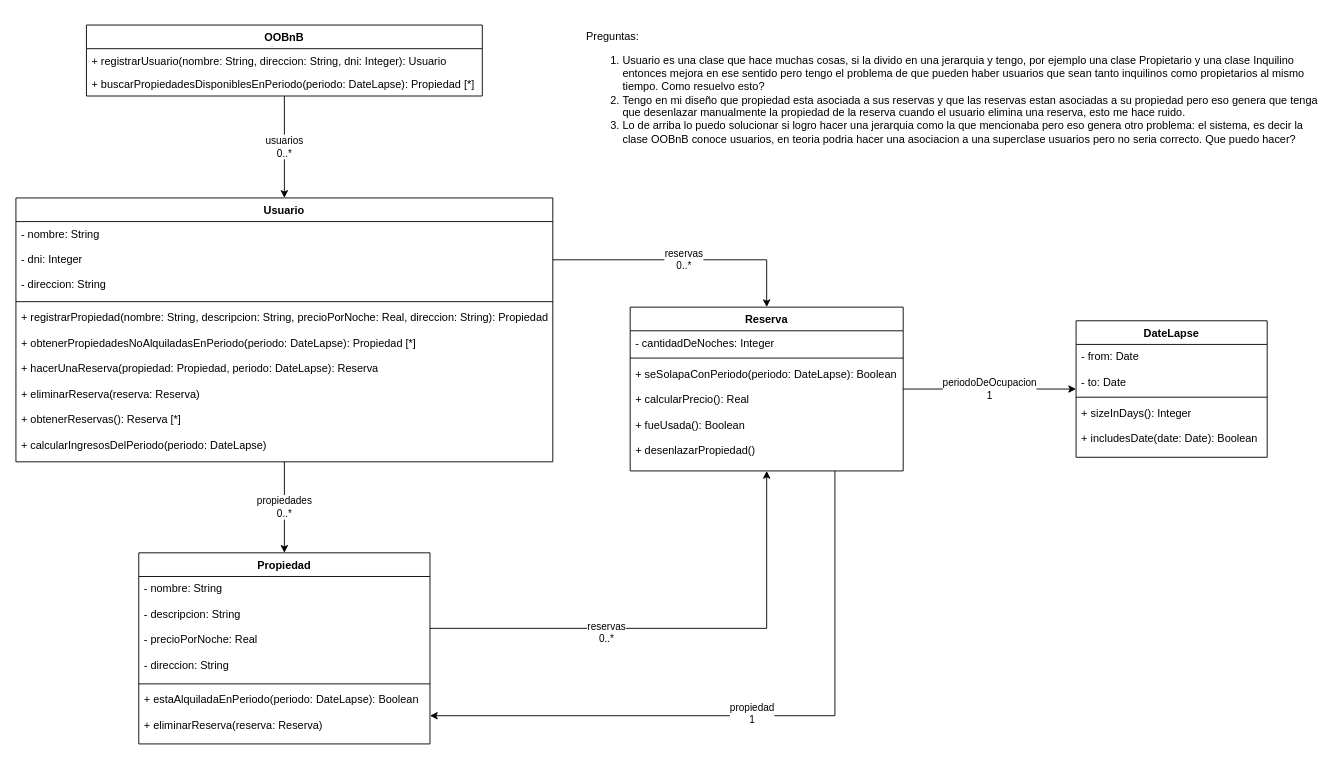
This is ejercicio15-alquiler-de-propiedades/UMLEjercicio15.drawio from Jarvo98/OO1, a draw.io file, before an edit. Source tidied: cells renumbered, new cells numbered last; positions are measured from the earlier drawing's top-left corner, leaving out a move shared by most shapes. Both pictures are drawn from the tidied source at 91%, with x=0, y=0 at pixel (15, 15).
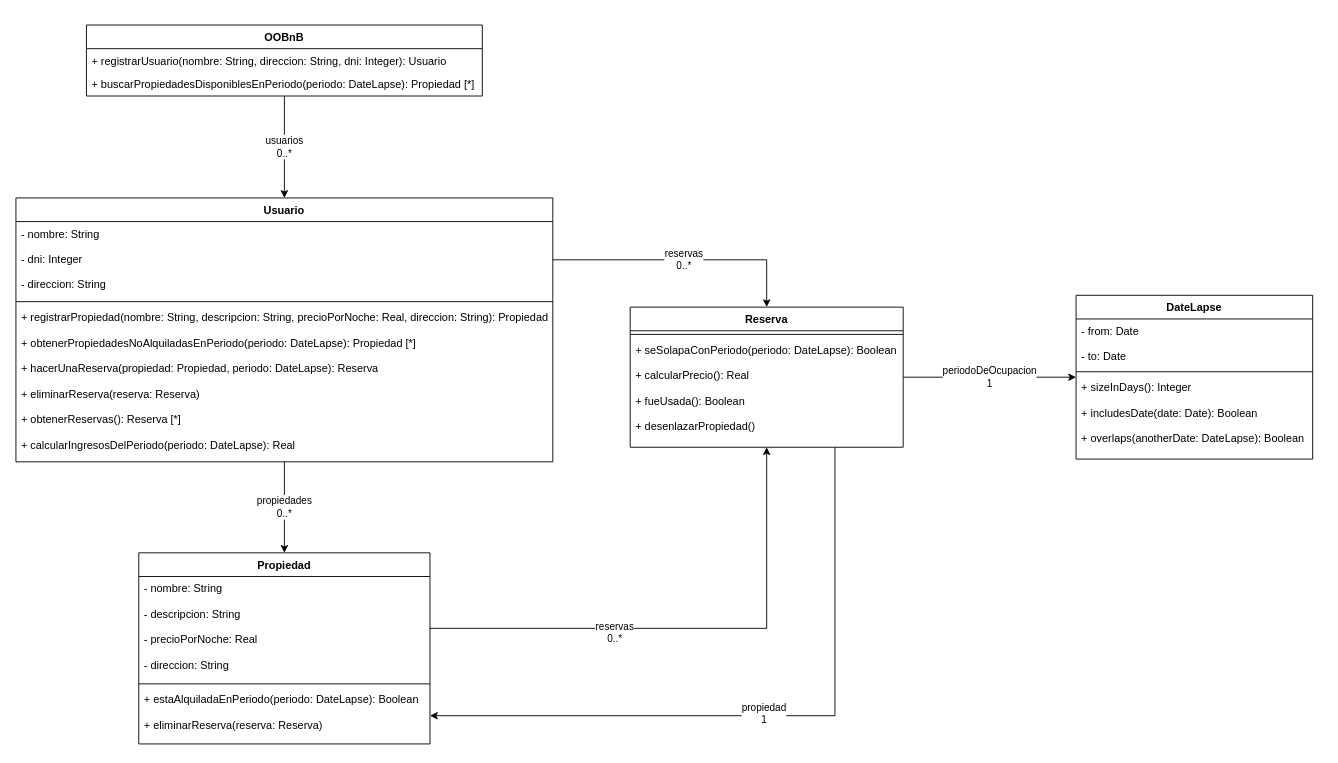
The same diagram, later.

The change refers to these unchanged cells:
```xml
<mxCell id="2" value="Usuario" style="swimlane;fontStyle=1;align=center;verticalAlign=top;horizontal=1;startSize=26;" parent="1" vertex="1">
  <mxGeometry y="200" width="590" height="290" as="geometry" />
</mxCell>
```

Change to the diagram source:
```diff
@@
-    <mxCell id="5" value="+ registrarPropiedad(nombre: String, descripcion: String, precioPorNoche: Real, direccion: String): Propiedad&#10;&#10;+ obtenerPropiedadesNoAlquiladasEnPeriodo(periodo: DateLapse): Propiedad [*]&#10;&#10;+ hacerUnaReserva(propiedad: Propiedad, periodo: DateLapse): Reserva&#10;&#10;+ eliminarReserva(reserva: Reserva)&#10;&#10;+ obtenerReservas(): Reserva [*]&#10;&#10;+ calcularIngresosDelPeriodo(periodo: DateLapse)&#10;" style="text;strokeColor=none;fillColor=none;align=left;verticalAlign=top;spacingLeft=4;spacingRight=4;overflow=hidden;" parent="2" vertex="1">
+    <mxCell id="5" value="+ registrarPropiedad(nombre: String, descripcion: String, precioPorNoche: Real, direccion: String): Propiedad&#10;&#10;+ obtenerPropiedadesNoAlquiladasEnPeriodo(periodo: DateLapse): Propiedad [*]&#10;&#10;+ hacerUnaReserva(propiedad: Propiedad, periodo: DateLapse): Reserva&#10;&#10;+ eliminarReserva(reserva: Reserva)&#10;&#10;+ obtenerReservas(): Reserva [*]&#10;&#10;+ calcularIngresosDelPeriodo(periodo: DateLapse): Real&#10;" style="text;strokeColor=none;fillColor=none;align=left;verticalAlign=top;spacingLeft=4;spacingRight=4;overflow=hidden;" parent="2" vertex="1">
       <mxGeometry y="118" width="590" height="172" as="geometry" />
     </mxCell>
@@
     <mxCell id="14" value="Reserva" style="swimlane;fontStyle=1;align=center;verticalAlign=top;horizontal=1;startSize=26;" parent="1" vertex="1">
-      <mxGeometry x="675" y="320" width="300" height="180" as="geometry" />
+      <mxGeometry x="675" y="320" width="300" height="154" as="geometry" />
     </mxCell>
-    <mxCell id="15" value="- cantidadDeNoches: Integer" style="text;strokeColor=none;fillColor=none;align=left;verticalAlign=top;spacingLeft=4;spacingRight=4;overflow=hidden;" parent="14" vertex="1">
-      <mxGeometry y="26" width="300" height="26" as="geometry" />
-    </mxCell>
     <mxCell id="16" style="line;strokeWidth=1;fillColor=none;align=left;verticalAlign=middle;spacingTop=-1;spacingLeft=3;spacingRight=3;labelPosition=right;strokeColor=inherit;" parent="14" vertex="1">
-      <mxGeometry y="52" width="300" height="8" as="geometry" />
+      <mxGeometry y="26" width="300" height="8" as="geometry" />
     </mxCell>
     <mxCell id="17" value="+ seSolapaConPeriodo(periodo: DateLapse): Boolean&#10;&#10;+ calcularPrecio(): Real&#10;&#10;+ fueUsada(): Boolean&#10;&#10;+ desenlazarPropiedad()" style="text;strokeColor=none;fillColor=none;align=left;verticalAlign=top;spacingLeft=4;spacingRight=4;overflow=hidden;" parent="14" vertex="1">
-      <mxGeometry y="60" width="300" height="120" as="geometry" />
+      <mxGeometry y="34" width="300" height="120" as="geometry" />
     </mxCell>
     <mxCell id="18" value="DateLapse" style="swimlane;fontStyle=1;align=center;verticalAlign=top;horizontal=1;startSize=26;" parent="1" vertex="1">
-      <mxGeometry x="1165" y="335" width="210" height="150" as="geometry" />
+      <mxGeometry x="1165" y="307" width="260" height="180" as="geometry" />
     </mxCell>
     <mxCell id="19" value="- from: Date&#10;&#10;- to: Date&#10;" style="text;strokeColor=none;fillColor=none;align=left;verticalAlign=top;spacingLeft=4;spacingRight=4;overflow=hidden;" parent="18" vertex="1">
-      <mxGeometry y="26" width="210" height="54" as="geometry" />
+      <mxGeometry y="26" width="260" height="54" as="geometry" />
     </mxCell>
     <mxCell id="20" style="line;strokeWidth=1;fillColor=none;align=left;verticalAlign=middle;spacingTop=-1;spacingLeft=3;spacingRight=3;labelPosition=right;strokeColor=inherit;" parent="18" vertex="1">
-      <mxGeometry y="80" width="210" height="8" as="geometry" />
+      <mxGeometry y="80" width="260" height="8" as="geometry" />
     </mxCell>
-    <mxCell id="21" value="+ sizeInDays(): Integer&#10;&#10;+ includesDate(date: Date): Boolean&#10;" style="text;strokeColor=none;fillColor=none;align=left;verticalAlign=top;spacingLeft=4;spacingRight=4;overflow=hidden;" parent="18" vertex="1">
-      <mxGeometry y="88" width="210" height="62" as="geometry" />
+    <mxCell id="21" value="+ sizeInDays(): Integer&#10;&#10;+ includesDate(date: Date): Boolean&#10;&#10;+ overlaps(anotherDate: DateLapse): Boolean&#10;" style="text;strokeColor=none;fillColor=none;align=left;verticalAlign=top;spacingLeft=4;spacingRight=4;overflow=hidden;" parent="18" vertex="1">
+      <mxGeometry y="88" width="260" height="92" as="geometry" />
     </mxCell>
@@
-    <mxCell id="29" value="&lt;div align=&quot;left&quot;&gt;Preguntas:&lt;/div&gt;&lt;div align=&quot;left&quot;&gt;&lt;ol&gt;&lt;li&gt;Usuario es una clase que hace muchas cosas, si la divido en una jerarquia y tengo, por ejemplo una clase Propietario y una clase Inquilino entonces mejora en ese sentido pero tengo el problema de que pueden haber usuarios que sean tanto inquilinos como propietarios al mismo tiempo. Como resuelvo esto?&lt;/li&gt;&lt;li&gt;Tengo en mi diseño que propiedad esta asociada a sus reservas y que las reservas estan asociadas a su propiedad pero eso genera que tenga que desenlazar manualmente la propiedad de la reserva cuando el usuario elimina una reserva, esto me hace ruido.&lt;/li&gt;&lt;li&gt;Lo de arriba lo puedo solucionar si logro hacer una jerarquia como la que mencionaba pero eso genera otro problema: el sistema, es decir la clase OOBnB conoce usuarios, en teoria podria hacer una asociacion a una superclase usuarios pero no seria correcto. Que puedo hacer? &lt;/li&gt;&lt;/ol&gt;&lt;/div&gt;" style="text;html=1;strokeColor=none;fillColor=none;align=left;verticalAlign=middle;whiteSpace=wrap;rounded=0;" parent="1" vertex="1">
-      <mxGeometry x="625" width="810" height="170" as="geometry" />
-    </mxCell>
```
